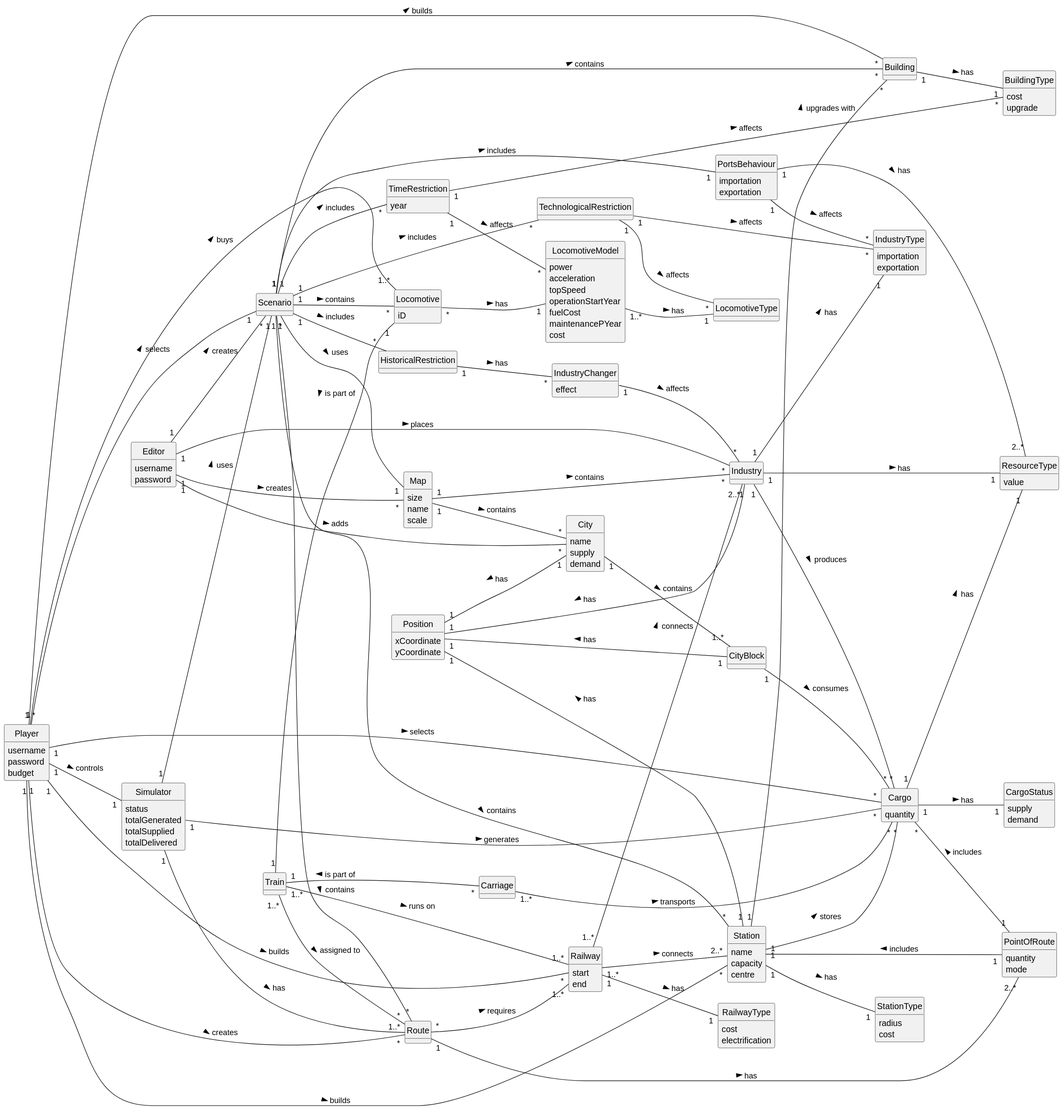
Above: Sprint3/global-artifacts/02.analysis/svg/DM.svg in 1240935/pi2-railway-simulator (PlantUML), before the change.
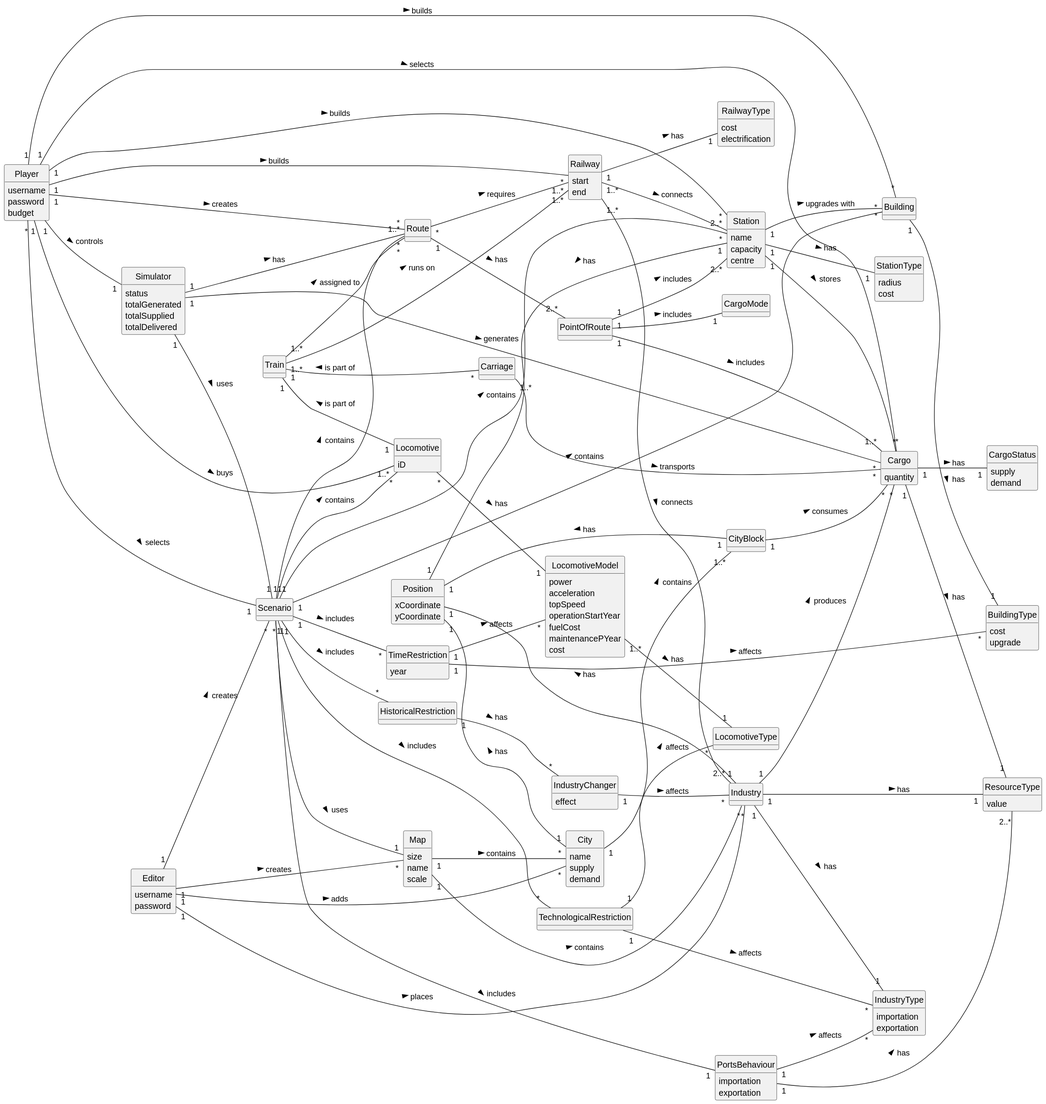
The same diagram one commit later.

What changed in the source:
```diff
@@ -140,13 +140,14 @@
 }
 
 class PointOfRoute{
-    quantity
-    mode
 }
 
 class PortsBehaviour{
     importation
     exportation
+}
+
+class CargoMode{
 }
 
 
@@ -208,7 +209,6 @@
 Station "1" -- "*" Building : upgrades with >
 Station "1" -- "*" Cargo : stores >
 Station "1" -- "1" StationType: has >
-Station "1" -- "1" PointOfRoute: includes <
 
 Building "1" -- "1" BuildingType : has >
 
@@ -231,5 +231,8 @@
 
 Cargo "1" -- "1" ResourceType: has >
 Cargo "1" -- "1" CargoStatus: has >
-Cargo "*" -- "1" PointOfRoute: includes <
+
+PointOfRoute "1" -- "1" CargoMode: includes >
+PointOfRoute "1" -- "1..*" Cargo: includes >
+PointOfRoute "1" -- "2..*" Station: includes >
 @enduml
```
